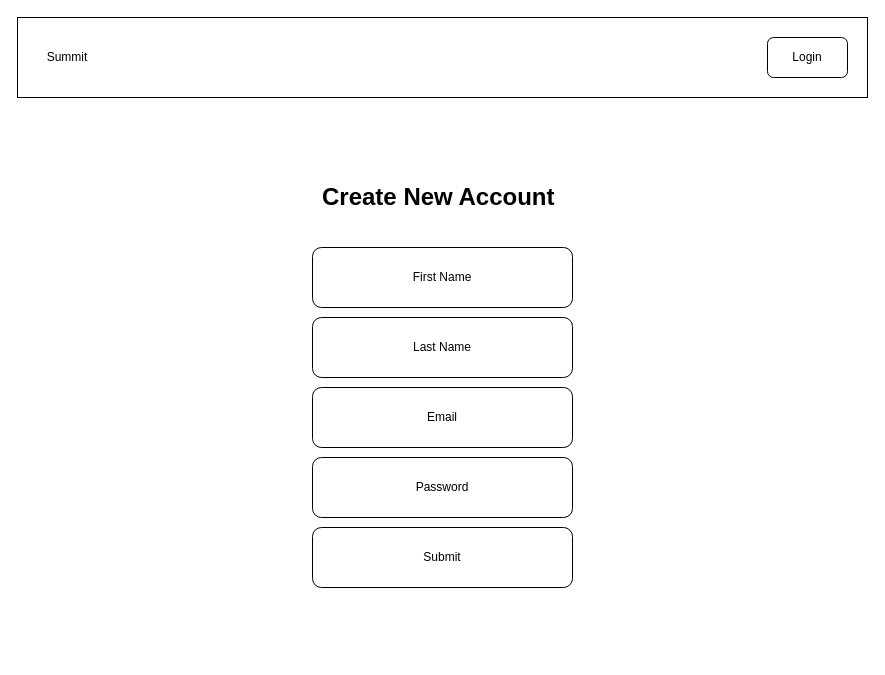
Above: page "Signup Page" (3 of 8) of planningStuff/Wireframes.dio in arnquic/mental_state_frontend (draw.io), before the change. Source tidied: cells renumbered, new cells numbered last; positions are measured from the earlier drawing's top-left corner, leaving out a move shared by most shapes. Both pictures are drawn from the tidied source at 100%, with x=0, y=0 at pixel (17, 17).
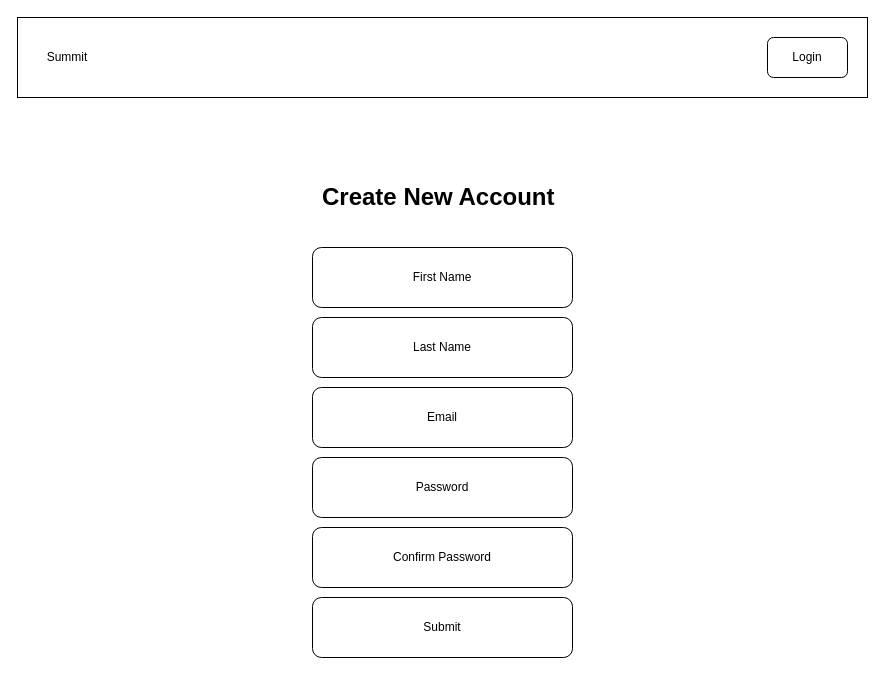
Above is the later version.

What changed in the source:
```diff
@@
 <mxGraphModel>
   <root>
     <mxCell id="0" />
     <mxCell id="1" parent="0" />
     <mxCell id="2" style="rounded=0;whiteSpace=wrap;html=1;" parent="1" vertex="1">
       <mxGeometry width="850" height="80" as="geometry" />
     </mxCell>
     <mxCell id="3" value="Login" style="rounded=1;whiteSpace=wrap;html=1;" parent="1" vertex="1">
       <mxGeometry x="750" y="20" width="80" height="40" as="geometry" />
     </mxCell>
     <mxCell id="4" value="Summit" style="text;html=1;strokeColor=none;fillColor=none;align=center;verticalAlign=middle;whiteSpace=wrap;rounded=0;" parent="1" vertex="1">
       <mxGeometry x="20" y="25" width="60" height="30" as="geometry" />
     </mxCell>
     <mxCell id="5" value="First Name" style="rounded=1;whiteSpace=wrap;html=1;fontSize=12;" parent="1" vertex="1">
       <mxGeometry x="295" y="230" width="260" height="60" as="geometry" />
     </mxCell>
     <mxCell id="6" value="&lt;h1&gt;Create New Account&lt;/h1&gt;" style="text;html=1;strokeColor=none;fillColor=none;spacing=5;spacingTop=-20;whiteSpace=wrap;overflow=hidden;rounded=0;fontSize=12;" parent="1" vertex="1">
       <mxGeometry x="300" y="160" width="250" height="40" as="geometry" />
     </mxCell>
     <mxCell id="7" value="Last Name" style="rounded=1;whiteSpace=wrap;html=1;fontSize=12;" parent="1" vertex="1">
       <mxGeometry x="295" y="300" width="260" height="60" as="geometry" />
     </mxCell>
     <mxCell id="8" value="Password" style="rounded=1;whiteSpace=wrap;html=1;fontSize=12;" parent="1" vertex="1">
       <mxGeometry x="295" y="440" width="260" height="60" as="geometry" />
     </mxCell>
     <mxCell id="9" value="Submit" style="rounded=1;whiteSpace=wrap;html=1;fontSize=12;" parent="1" vertex="1">
-      <mxGeometry x="295" y="510" width="260" height="60" as="geometry" />
+      <mxGeometry x="295" y="580" width="260" height="60" as="geometry" />
     </mxCell>
     <mxCell id="10" value="Email" style="rounded=1;whiteSpace=wrap;html=1;fontSize=12;" parent="1" vertex="1">
       <mxGeometry x="295" y="370" width="260" height="60" as="geometry" />
     </mxCell>
+    <mxCell id="11" value="Confirm Password" style="rounded=1;whiteSpace=wrap;html=1;fontSize=12;" parent="1" vertex="1">
+      <mxGeometry x="295" y="510" width="260" height="60" as="geometry" />
+    </mxCell>
   </root>
 </mxGraphModel>
```
